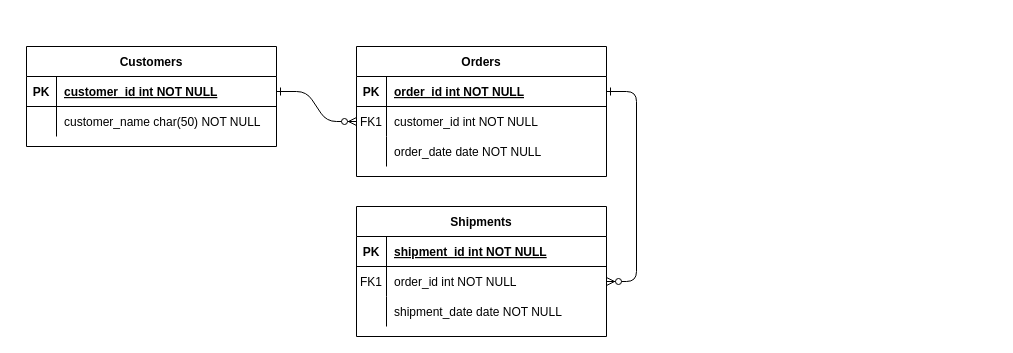
Before: Unbenanntes Diagramm.drawio in ferreric/ffhs_dbs, a draw.io diagram. Source tidied: cells renumbered, new cells numbered last; positions are measured from the earlier drawing's top-left corner, leaving out a move shared by most shapes. Both pictures are drawn from the tidied source at 100%, with x=0, y=0 at pixel (26, 46).
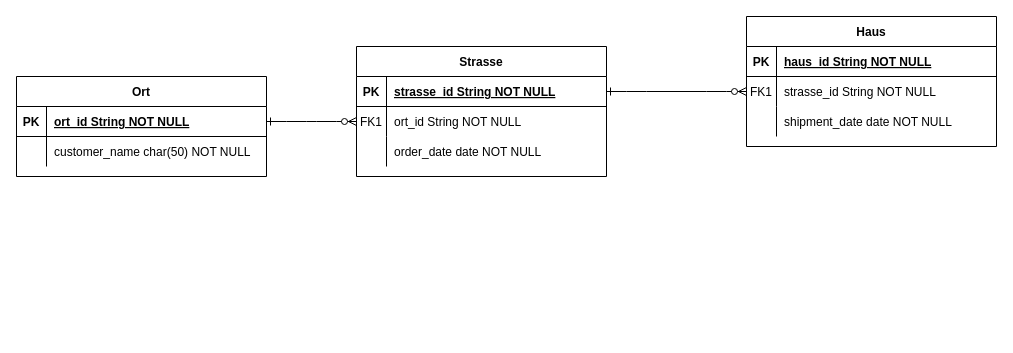
The same page after the edit.

The change refers to these unchanged cells:
```xml
<mxCell id="5" style="shape=partialRectangle;fillColor=none;points=[[0,0.5],[1,0.5]];portConstraint=eastwest;top=0;left=0;right=0;bottom=1;" parent="4" vertex="1">
  <mxGeometry y="30" width="250" height="30" as="geometry" />
</mxCell>
<mxCell id="8" style="shape=partialRectangle;fillColor=none;points=[[0,0.5],[1,0.5]];portConstraint=eastwest;top=0;left=0;right=0;bottom=0;" parent="4" vertex="1">
  <mxGeometry y="60" width="250" height="30" as="geometry" />
</mxCell>
<mxCell id="15" style="shape=partialRectangle;fillColor=none;top=0;left=0;right=0;bottom=1;" parent="14" vertex="1">
  <mxGeometry y="30" width="250" height="30" as="geometry" />
</mxCell>
<mxCell id="18" style="shape=partialRectangle;fillColor=none;points=[[0,0.5],[1,0.5]];portConstraint=eastwest;top=0;left=0;right=0;bottom=0;" parent="14" vertex="1">
  <mxGeometry y="60" width="250" height="30" as="geometry" />
</mxCell>
<mxCell id="25" style="shape=partialRectangle;fillColor=none;points=[[0,0.5],[1,0.5]];portConstraint=eastwest;top=0;left=0;right=0;bottom=1;" parent="24" vertex="1">
  <mxGeometry y="30" width="250" height="30" as="geometry" />
</mxCell>
```

What changed in the source:
```diff
@@
-    <mxCell id="4" value="Orders" style="shape=table;startSize=30;childLayout=tableLayout;rowLines=0;fontStyle=1;align=center;" parent="1" vertex="1">
+    <mxCell id="4" value="Strasse" style="shape=table;startSize=30;childLayout=tableLayout;rowLines=0;fontStyle=1;align=center;" parent="1" vertex="1">
       <mxGeometry x="330" width="250" height="130" as="geometry" />
     </mxCell>
@@
-    <mxCell id="7" value="order_id int NOT NULL " style="shape=partialRectangle;overflow=hidden;fillColor=none;top=0;left=0;bottom=0;right=0;align=left;spacingLeft=6;fontStyle=5;" parent="5" vertex="1">
+    <mxCell id="7" value="strasse_id String NOT NULL " style="shape=partialRectangle;overflow=hidden;fillColor=none;top=0;left=0;bottom=0;right=0;align=left;spacingLeft=6;fontStyle=5;" parent="5" vertex="1">
       <mxGeometry x="30" width="220" height="30" as="geometry" />
     </mxCell>
@@
-    <mxCell id="10" value="customer_id int NOT NULL" style="shape=partialRectangle;overflow=hidden;fillColor=none;top=0;left=0;bottom=0;right=0;align=left;spacingLeft=6;" parent="8" vertex="1">
+    <mxCell id="10" value="ort_id String NOT NULL" style="shape=partialRectangle;overflow=hidden;fillColor=none;top=0;left=0;bottom=0;right=0;align=left;spacingLeft=6;" parent="8" vertex="1">
       <mxGeometry x="30" width="220" height="30" as="geometry" />
     </mxCell>
@@
-    <mxCell id="14" value="Shipments" style="shape=table;startSize=30;childLayout=tableLayout;rowLines=0;fontStyle=1;align=center;" parent="1" vertex="1">
-      <mxGeometry x="330" y="160" width="250" height="130" as="geometry" />
+    <mxCell id="14" value="Haus" style="shape=table;startSize=30;childLayout=tableLayout;rowLines=0;fontStyle=1;align=center;" parent="1" vertex="1">
+      <mxGeometry x="720" y="-30" width="250" height="130" as="geometry" />
     </mxCell>
@@
-    <mxCell id="17" value="shipment_id int NOT NULL " style="shape=partialRectangle;overflow=hidden;fillColor=none;top=0;left=0;bottom=0;right=0;align=left;spacingLeft=6;fontStyle=5;" parent="15" vertex="1">
+    <mxCell id="17" value="haus_id String NOT NULL " style="shape=partialRectangle;overflow=hidden;fillColor=none;top=0;left=0;bottom=0;right=0;align=left;spacingLeft=6;fontStyle=5;" parent="15" vertex="1">
       <mxGeometry x="30" width="220" height="30" as="geometry" />
     </mxCell>
@@
-    <mxCell id="20" value="order_id int NOT NULL" style="shape=partialRectangle;overflow=hidden;fillColor=none;top=0;left=0;bottom=0;right=0;align=left;spacingLeft=6;" parent="18" vertex="1">
+    <mxCell id="20" value="strasse_id String NOT NULL" style="shape=partialRectangle;overflow=hidden;fillColor=none;top=0;left=0;bottom=0;right=0;align=left;spacingLeft=6;" parent="18" vertex="1">
       <mxGeometry x="30" width="220" height="30" as="geometry" />
     </mxCell>
@@
-    <mxCell id="24" value="Customers" style="shape=table;startSize=30;childLayout=tableLayout;rowLines=0;fontStyle=1;align=center;" parent="1" vertex="1">
-      <mxGeometry width="250" height="100" as="geometry" />
+    <mxCell id="24" value="Ort" style="shape=table;startSize=30;childLayout=tableLayout;rowLines=0;fontStyle=1;align=center;" parent="1" vertex="1">
+      <mxGeometry x="-10" y="30" width="250" height="100" as="geometry" />
     </mxCell>
@@
-    <mxCell id="27" value="customer_id int NOT NULL " style="shape=partialRectangle;overflow=hidden;fillColor=none;top=0;left=0;bottom=0;right=0;align=left;spacingLeft=6;fontStyle=5;" parent="25" vertex="1">
+    <mxCell id="27" value="ort_id String NOT NULL " style="shape=partialRectangle;overflow=hidden;fillColor=none;top=0;left=0;bottom=0;right=0;align=left;spacingLeft=6;fontStyle=5;" parent="25" vertex="1">
       <mxGeometry x="30" width="220" height="30" as="geometry" />
     </mxCell>
```
